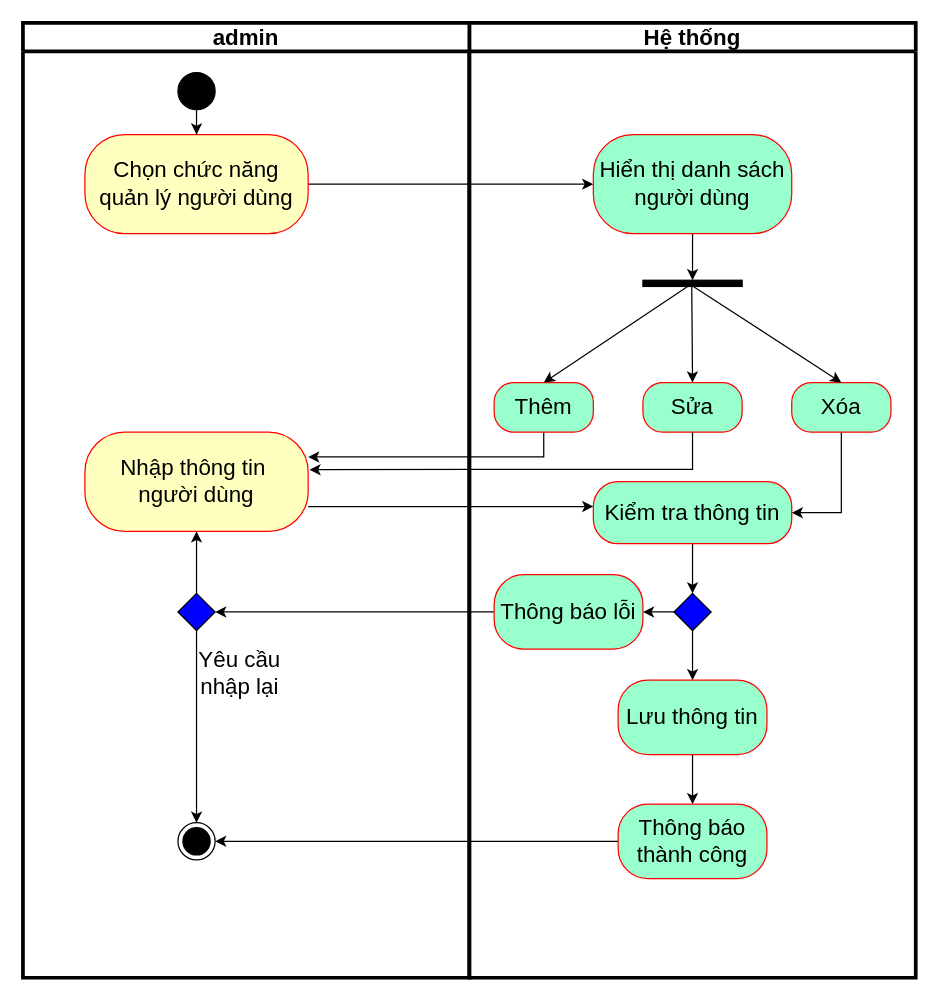
The draw.io diagram page "Quản lý user" (12 of 15) of CNPM.drawio in 106210049/nckh, before the edit. Source tidied: cells renumbered, new cells numbered last; positions are measured from the earlier drawing's top-left corner, leaving out a move shared by most shapes. Both pictures are drawn from the tidied source at 124%, with x=0, y=0 at pixel (22, 22).
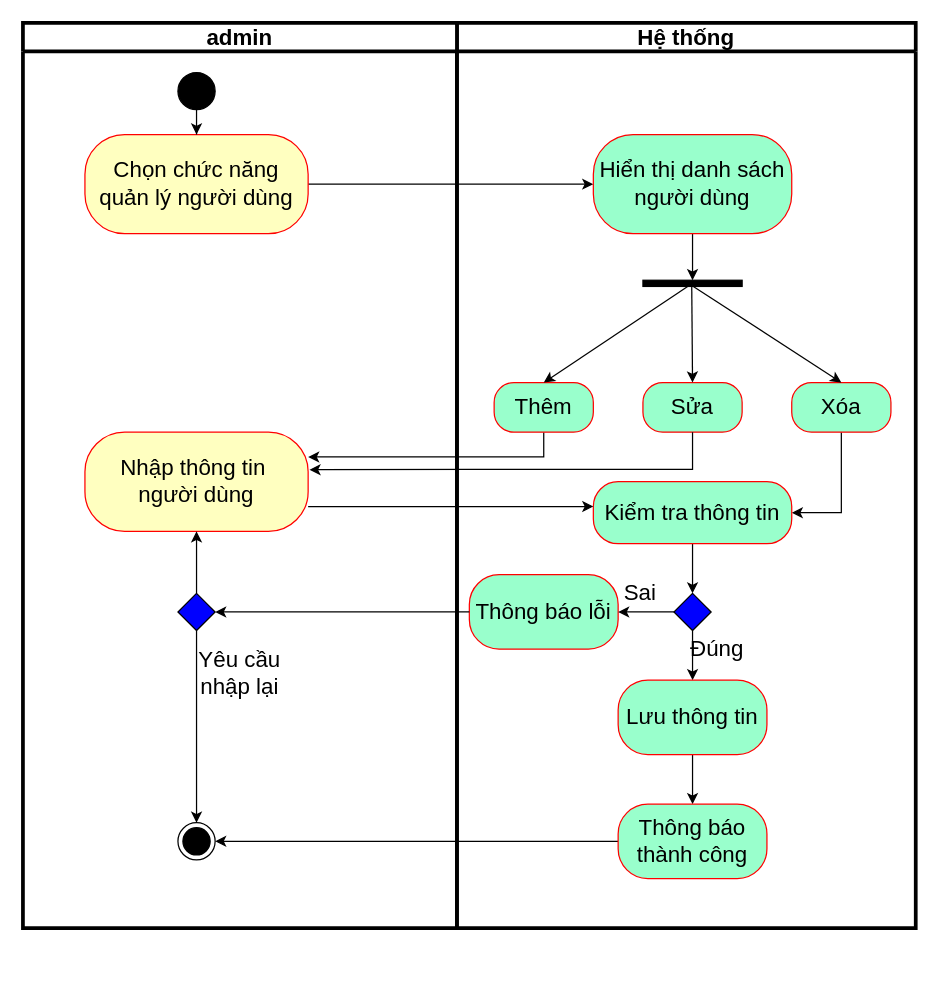
The same diagram, later.

The edit, as a diff of the source:
```diff
@@
     <mxCell id="2" value="Hệ thống" style="swimlane;whiteSpace=wrap;html=1;fontSize=18;strokeWidth=3;swimlaneLine=1;" parent="1" vertex="1">
-      <mxGeometry x="360" width="360" height="770" as="geometry" />
+      <mxGeometry x="350" width="370" height="730" as="geometry" />
     </mxCell>
+    <mxCell id="25" value="Thông báo lỗi" style="rounded=1;whiteSpace=wrap;html=1;arcSize=40;fontColor=#000000;fillColor=#99FFCC;strokeColor=#ff0000;fontSize=18;" parent="2" vertex="1">
+      <mxGeometry x="10" y="445" width="120" height="60" as="geometry" />
+    </mxCell>
+    <mxCell id="38" value="&lt;font style=&quot;font-size: 18px;&quot;&gt;Sai&lt;/font&gt;" style="text;strokeColor=none;align=center;fillColor=none;html=1;verticalAlign=middle;whiteSpace=wrap;rounded=0;" parent="2" vertex="1">
+      <mxGeometry x="117.5" y="445" width="60" height="30" as="geometry" />
+    </mxCell>
+    <mxCell id="39" value="&lt;font style=&quot;font-size: 18px;&quot;&gt;Đúng&lt;/font&gt;" style="text;strokeColor=none;align=center;fillColor=none;html=1;verticalAlign=middle;whiteSpace=wrap;rounded=0;" parent="2" vertex="1">
+      <mxGeometry x="180" y="490" width="60" height="30" as="geometry" />
+    </mxCell>
@@
-    <mxCell id="25" value="Thông báo lỗi" style="rounded=1;whiteSpace=wrap;html=1;arcSize=40;fontColor=#000000;fillColor=#99FFCC;strokeColor=#ff0000;fontSize=18;" parent="1" vertex="1">
-      <mxGeometry x="380" y="445" width="120" height="60" as="geometry" />
-    </mxCell>
@@
     <mxCell id="35" value="admin" style="swimlane;whiteSpace=wrap;html=1;fontSize=18;strokeWidth=3;swimlaneLine=1;" parent="1" vertex="1">
-      <mxGeometry width="360" height="770" as="geometry" />
+      <mxGeometry width="350" height="730" as="geometry" />
     </mxCell>
```
